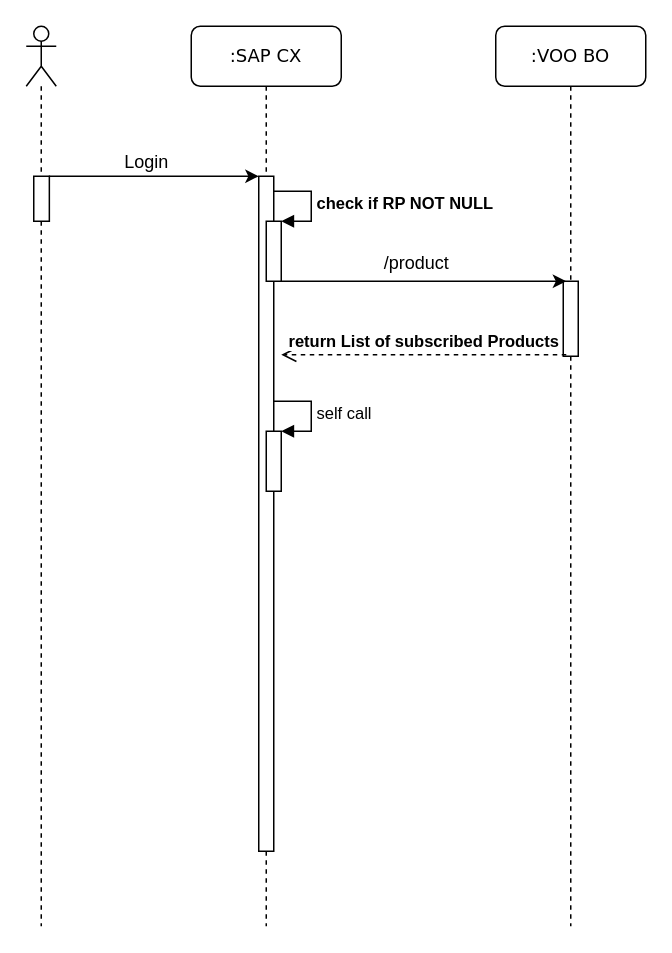
The draw.io diagram page "subscriptions" (4 of 4) of SeqDiagram-CX-VOO-CDC.drawio in MudBloodArchitekt/draw.io, before the edit. Source tidied: cells renumbered, new cells numbered last; positions are measured from the earlier drawing's top-left corner, leaving out a move shared by most shapes. Both pictures are drawn from the tidied source at 150%, with x=0, y=0 at pixel (26, 26).
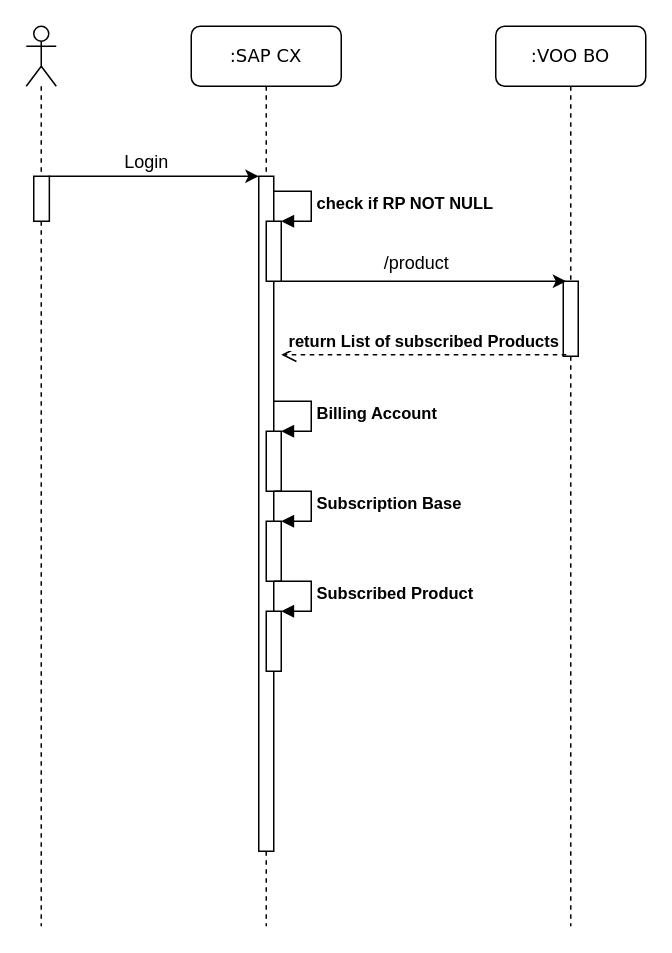
Above is the later version.

The change refers to these unchanged cells:
```xml
<mxCell id="15" style="html=1;points=[];perimeter=orthogonalPerimeter;" parent="1" vertex="1">
  <mxGeometry x="160" y="270" width="10" height="40" as="geometry" />
</mxCell>
```

What changed in the source:
```diff
@@
-    <mxCell id="16" value="self call" style="edgeStyle=orthogonalEdgeStyle;html=1;align=left;spacingLeft=2;endArrow=block;rounded=0;entryX=1;entryY=0;" parent="1" edge="1" target="15">
+    <mxCell id="16" value="&lt;strong&gt;Billing Account&lt;/strong&gt;" style="edgeStyle=orthogonalEdgeStyle;html=1;align=left;spacingLeft=2;endArrow=block;rounded=0;entryX=1;entryY=0;" parent="1" edge="1" target="15">
       <mxGeometry relative="1" as="geometry">
         <mxPoint x="165" y="250" as="sourcePoint" />
         <Array as="points">
           <mxPoint x="190" y="250" />
         </Array>
       </mxGeometry>
     </mxCell>
+    <mxCell id="17" style="html=1;points=[];perimeter=orthogonalPerimeter;" parent="1" vertex="1">
+      <mxGeometry x="160" y="330" width="10" height="40" as="geometry" />
+    </mxCell>
+    <mxCell id="18" value="&lt;b&gt;Subscription Base&lt;/b&gt;" style="edgeStyle=orthogonalEdgeStyle;html=1;align=left;spacingLeft=2;endArrow=block;rounded=0;entryX=1;entryY=0;" parent="1" edge="1" target="17">
+      <mxGeometry relative="1" as="geometry">
+        <mxPoint x="165" y="310" as="sourcePoint" />
+        <Array as="points">
+          <mxPoint x="190" y="310" />
+        </Array>
+      </mxGeometry>
+    </mxCell>
+    <mxCell id="19" style="html=1;points=[];perimeter=orthogonalPerimeter;" parent="1" vertex="1">
+      <mxGeometry x="160" y="390" width="10" height="40" as="geometry" />
+    </mxCell>
+    <mxCell id="20" value="&lt;strong&gt;Subscribed Product&lt;/strong&gt;" style="edgeStyle=orthogonalEdgeStyle;html=1;align=left;spacingLeft=2;endArrow=block;rounded=0;entryX=1;entryY=0;" parent="1" edge="1" target="19">
+      <mxGeometry relative="1" as="geometry">
+        <mxPoint x="165" y="370" as="sourcePoint" />
+        <Array as="points">
+          <mxPoint x="190" y="370" />
+        </Array>
+      </mxGeometry>
+    </mxCell>
```
